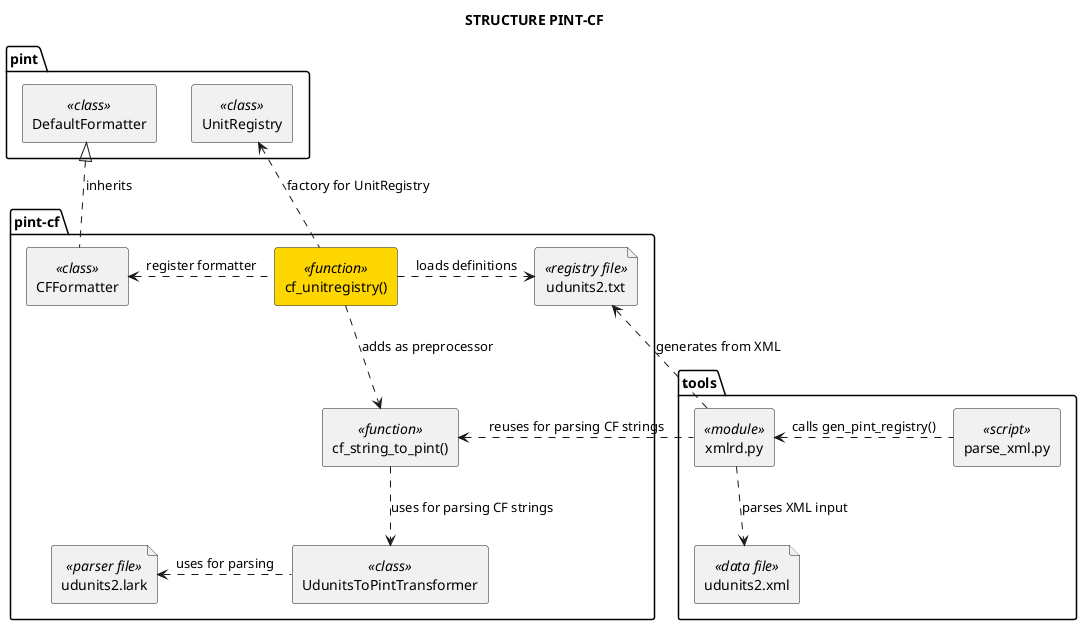
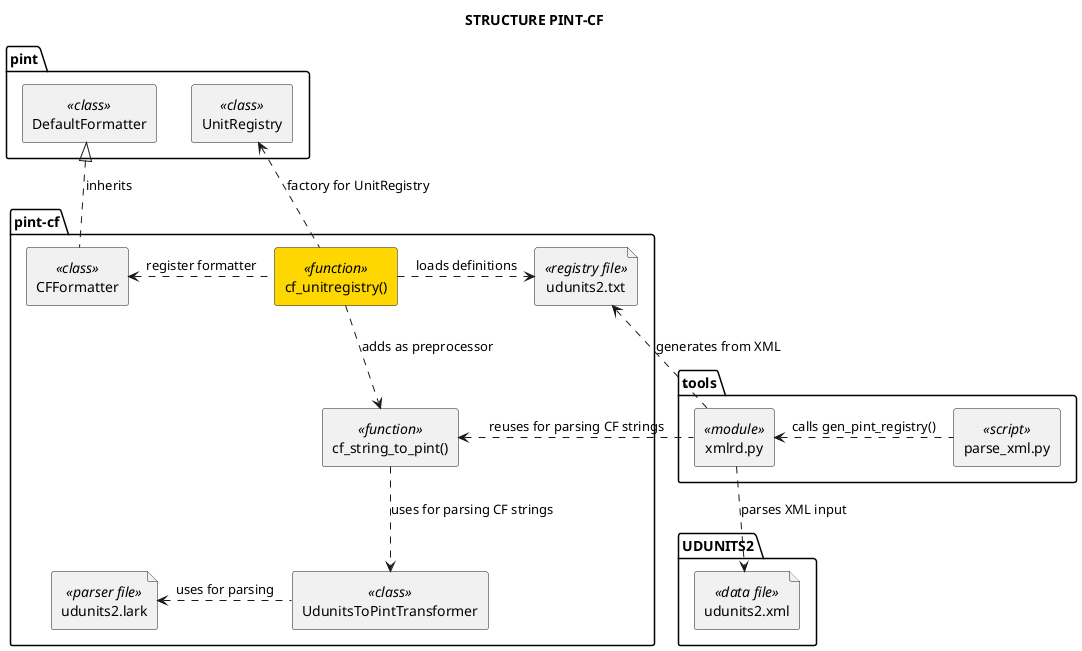
@startuml structure

skinparam componentStyle rectangle

title STRUCTURE PINT-CF

package "pint" {
    component DefaultFormatter <<class>> as PINT_DEFAULT_FORMATTER
    component UnitRegistry <<class>> as PINT_UNIT_REGISTRY
}

package "pint-cf" {
    component "cf_unitregistry()" <<function>> as FACTORY #Gold
    component CFFormatter <<class>> as FORMATTER
    component "cf_string_to_pint()" <<function>> as PREPROCESSOR
    component UdunitsToPintTransformer <<class>> as PARSER
    file "udunits2.txt" <<registry file>> as F_TXT
    file "udunits2.lark" <<parser file>> as F_LARK
}

package "tools" {
    component "parse_xml.py" <<script>> as SCRIPT
    component "xmlrd.py" <<module>> as XMLRD
+ }
+ 
+ package "UDUNITS2" {
    file "udunits2.xml" <<data file>> as F_XML
}

FACTORY .l.> FORMATTER : register formatter
FACTORY .u.> PINT_UNIT_REGISTRY : factory for UnitRegistry
FORMATTER .u.|> PINT_DEFAULT_FORMATTER : inherits
FACTORY ..> PREPROCESSOR : adds as preprocessor
PARSER .l.> F_LARK : uses for parsing
FACTORY .r.> F_TXT : loads definitions
SCRIPT .l.> XMLRD : calls gen_pint_registry()
XMLRD ..> F_XML : parses XML input
XMLRD .l.> F_TXT : generates from XML
XMLRD .l.> PREPROCESSOR : reuses for parsing CF strings
PREPROCESSOR ..> PARSER : uses for parsing CF strings

@enduml
